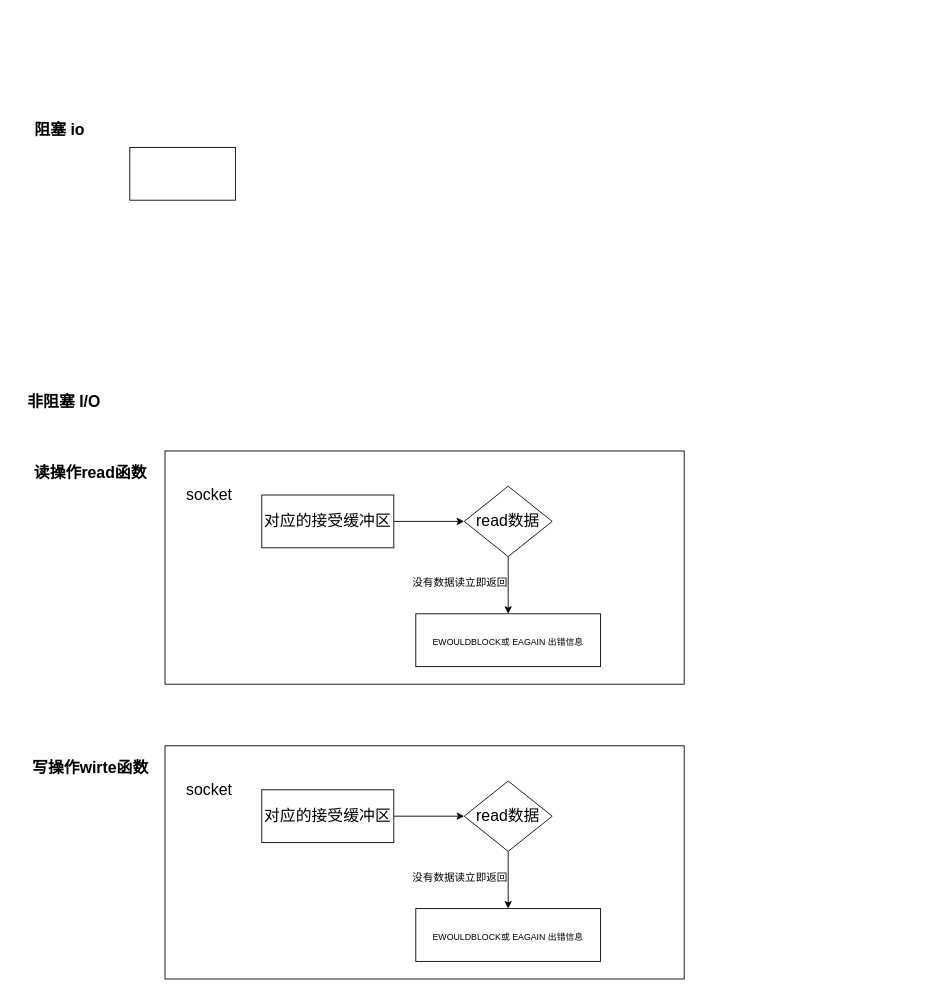
Before: drawio/network/阻塞io和非阻塞io.drawio in guitarock/my-pics, a draw.io diagram. Source tidied: cells renumbered, new cells numbered last; positions are measured from the earlier drawing's top-left corner, leaving out a move shared by most shapes. Both pictures are drawn from the tidied source at 88%, with x=0, y=0 at pixel (15, 112).
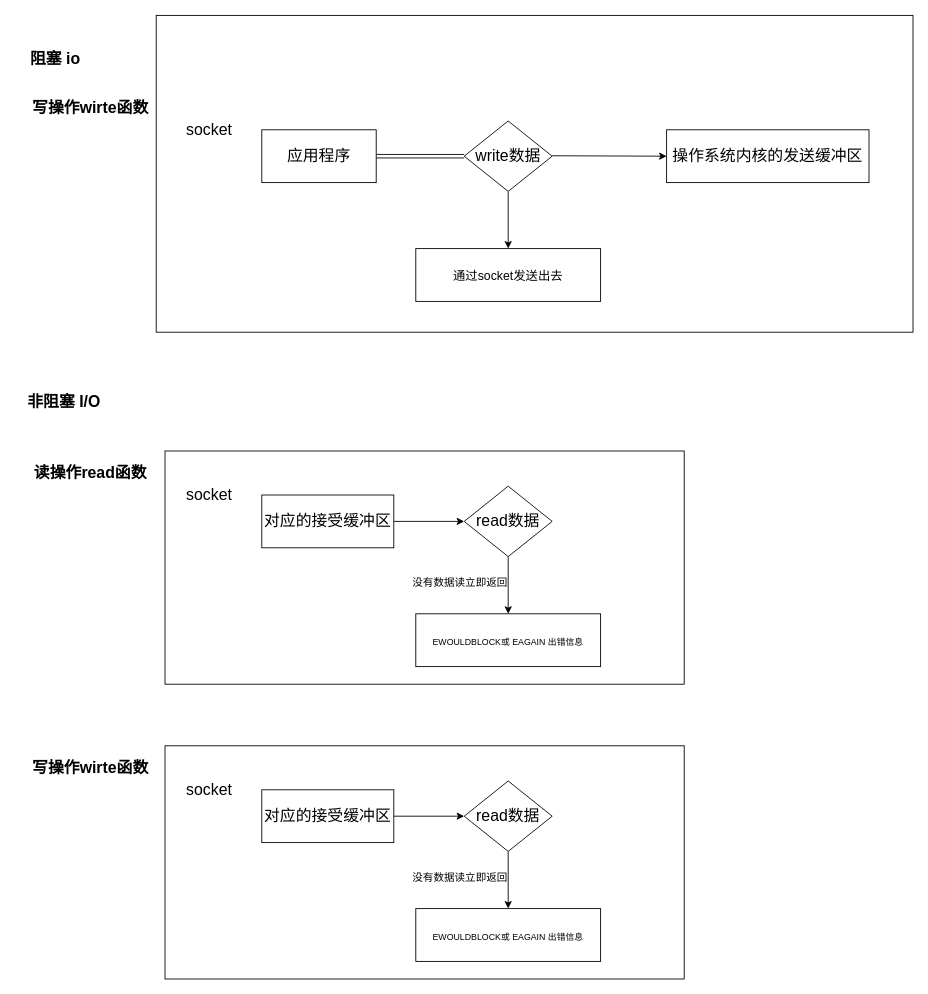
The same diagram, later.

Commit message (it also covers changes not shown here):
更新阻塞io和非阻塞io.drawio

What changed in the source:
```diff
@@
-    <mxCell id="2" style="rounded=0;whiteSpace=wrap;html=1;" parent="1" vertex="1">
-      <mxGeometry x="130" y="40" width="120" height="60" as="geometry" />
-    </mxCell>
@@
     <mxCell id="4" value="&lt;font style=&quot;font-size: 18px;&quot;&gt;&lt;b&gt;阻塞 io&lt;/b&gt;&lt;/font&gt;" style="text;html=1;align=center;verticalAlign=middle;fillColor=none;strokeColor=none;rounded=0;" parent="1" vertex="1">
-      <mxGeometry x="10" width="80" height="40" as="geometry" />
+      <mxGeometry x="5" y="-80" width="80" height="40" as="geometry" />
     </mxCell>
@@
+    <mxCell id="23" style="rounded=0;whiteSpace=wrap;html=1;" parent="1" vertex="1">
+      <mxGeometry x="160" y="-110" width="860" height="360" as="geometry" />
+    </mxCell>
+    <mxCell id="24" value="&lt;article data-content=&quot;[{&amp;quot;type&amp;quot;:&amp;quot;block&amp;quot;,&amp;quot;id&amp;quot;:&amp;quot;ECZx-1654239543630&amp;quot;,&amp;quot;name&amp;quot;:&amp;quot;paragraph&amp;quot;,&amp;quot;data&amp;quot;:{},&amp;quot;nodes&amp;quot;:[{&amp;quot;type&amp;quot;:&amp;quot;text&amp;quot;,&amp;quot;id&amp;quot;:&amp;quot;fXnB-1654239543628&amp;quot;,&amp;quot;leaves&amp;quot;:[{&amp;quot;text&amp;quot;:&amp;quot;读操作&amp;quot;,&amp;quot;marks&amp;quot;:[{&amp;quot;type&amp;quot;:&amp;quot;fontSize&amp;quot;,&amp;quot;value&amp;quot;:18},{&amp;quot;type&amp;quot;:&amp;quot;bold&amp;quot;}]}]}],&amp;quot;state&amp;quot;:{}}]&quot;&gt;&lt;div style=&quot;line-height: 1.75; font-size: 14px; text-align: left;&quot;&gt;&lt;span style=&quot;font-size: 18px;font-weight: bold;&quot;&gt;写操作wirte函数&lt;/span&gt;&lt;/div&gt;&lt;/article&gt;" style="text;html=1;align=center;verticalAlign=middle;fillColor=none;strokeColor=none;rounded=0;fontSize=18;" parent="1" vertex="1">
+      <mxGeometry x="5" y="-30" width="160" height="50" as="geometry" />
+    </mxCell>
+    <mxCell id="25" value="&lt;article data-content=&quot;[{&amp;quot;type&amp;quot;:&amp;quot;block&amp;quot;,&amp;quot;id&amp;quot;:&amp;quot;ECZx-1654239543630&amp;quot;,&amp;quot;name&amp;quot;:&amp;quot;paragraph&amp;quot;,&amp;quot;data&amp;quot;:{},&amp;quot;nodes&amp;quot;:[{&amp;quot;type&amp;quot;:&amp;quot;text&amp;quot;,&amp;quot;id&amp;quot;:&amp;quot;fXnB-1654239543628&amp;quot;,&amp;quot;leaves&amp;quot;:[{&amp;quot;text&amp;quot;:&amp;quot;读操作&amp;quot;,&amp;quot;marks&amp;quot;:[{&amp;quot;type&amp;quot;:&amp;quot;fontSize&amp;quot;,&amp;quot;value&amp;quot;:18},{&amp;quot;type&amp;quot;:&amp;quot;bold&amp;quot;}]}]}],&amp;quot;state&amp;quot;:{}}]&quot;&gt;&lt;div style=&quot;line-height: 1.75; font-size: 14px; text-align: left;&quot;&gt;&lt;span style=&quot;font-size: 18px;&quot;&gt;socket&lt;/span&gt;&lt;/div&gt;&lt;/article&gt;" style="text;html=1;align=center;verticalAlign=middle;fillColor=none;strokeColor=none;rounded=0;fontSize=18;" parent="1" vertex="1">
+      <mxGeometry x="180" y="-5" width="80" height="50" as="geometry" />
+    </mxCell>
+    <mxCell id="26" value="操作系统内核的发送缓冲区" style="rounded=0;whiteSpace=wrap;html=1;fontSize=18;" parent="1" vertex="1">
+      <mxGeometry x="740" y="20" width="230" height="60" as="geometry" />
+    </mxCell>
+    <mxCell id="27" style="edgeStyle=orthogonalEdgeStyle;rounded=0;jettySize=auto;html=1;fontSize=18;" parent="1" edge="1" source="29" target="30">
+      <mxGeometry relative="1" as="geometry" />
+    </mxCell>
+    <mxCell id="28" style="rounded=0;jettySize=auto;html=1;exitX=0;exitY=0.5;exitDx=0;exitDy=0;entryX=1;entryY=0.5;entryDx=0;entryDy=0;fontSize=14;shape=link;" parent="1" edge="1" source="29" target="31">
+      <mxGeometry relative="1" as="geometry" />
+    </mxCell>
+    <mxCell id="29" value="&lt;div style=&quot;text-align: left;&quot;&gt;&lt;span style=&quot;background-color: initial;&quot;&gt;write数据&lt;/span&gt;&lt;/div&gt;" style="rhombus;whiteSpace=wrap;html=1;fontSize=18;" parent="1" vertex="1">
+      <mxGeometry x="510" y="10" width="100" height="80" as="geometry" />
+    </mxCell>
+    <mxCell id="30" value="&lt;article data-content=&quot;[{&amp;quot;type&amp;quot;:&amp;quot;block&amp;quot;,&amp;quot;id&amp;quot;:&amp;quot;qyoK-1654239552444&amp;quot;,&amp;quot;name&amp;quot;:&amp;quot;paragraph&amp;quot;,&amp;quot;data&amp;quot;:{},&amp;quot;nodes&amp;quot;:[{&amp;quot;type&amp;quot;:&amp;quot;text&amp;quot;,&amp;quot;id&amp;quot;:&amp;quot;dOnc-1654239552442&amp;quot;,&amp;quot;leaves&amp;quot;:[{&amp;quot;text&amp;quot;:&amp;quot;EWOULDBLOCK&amp;quot;,&amp;quot;marks&amp;quot;:[{&amp;quot;type&amp;quot;:&amp;quot;fontSize&amp;quot;,&amp;quot;value&amp;quot;:18}]}]}],&amp;quot;state&amp;quot;:{}}]&quot;&gt;&lt;div style=&quot;line-height: 1.75; text-align: left;&quot;&gt;&lt;span style=&quot;font-size: 14px;&quot;&gt;通过socket发送出去&lt;/span&gt;&lt;/div&gt;&lt;/article&gt;" style="whiteSpace=wrap;html=1;fontSize=18;" parent="1" vertex="1">
+      <mxGeometry x="455" y="155" width="210" height="60" as="geometry" />
+    </mxCell>
+    <mxCell id="31" value="应用程序" style="rounded=0;whiteSpace=wrap;html=1;fontSize=18;" parent="1" vertex="1">
+      <mxGeometry x="280" y="20" width="130" height="60" as="geometry" />
+    </mxCell>
+    <mxCell id="32" style="jettySize=auto;html=1;rounded=0;fontSize=14;entryX=0;entryY=0.5;entryDx=0;entryDy=0;" parent="1" edge="1" target="26">
+      <mxGeometry relative="1" as="geometry">
+        <mxPoint x="610" y="49.5" as="sourcePoint" />
+      </mxGeometry>
+    </mxCell>
```
